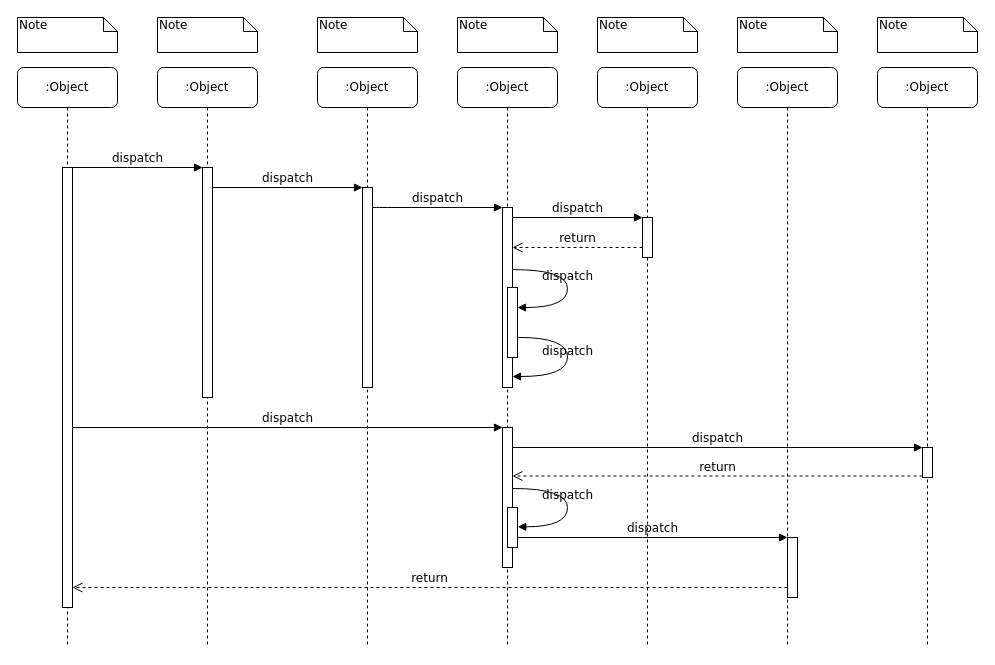
Before: number6.drawio in Deopster/Mirea, a draw.io diagram. Source tidied: cells renumbered, new cells numbered last; positions are measured from the earlier drawing's top-left corner, leaving out a move shared by most shapes. Both pictures are drawn from the tidied source at 100%, with x=0, y=0 at pixel (17, 17).
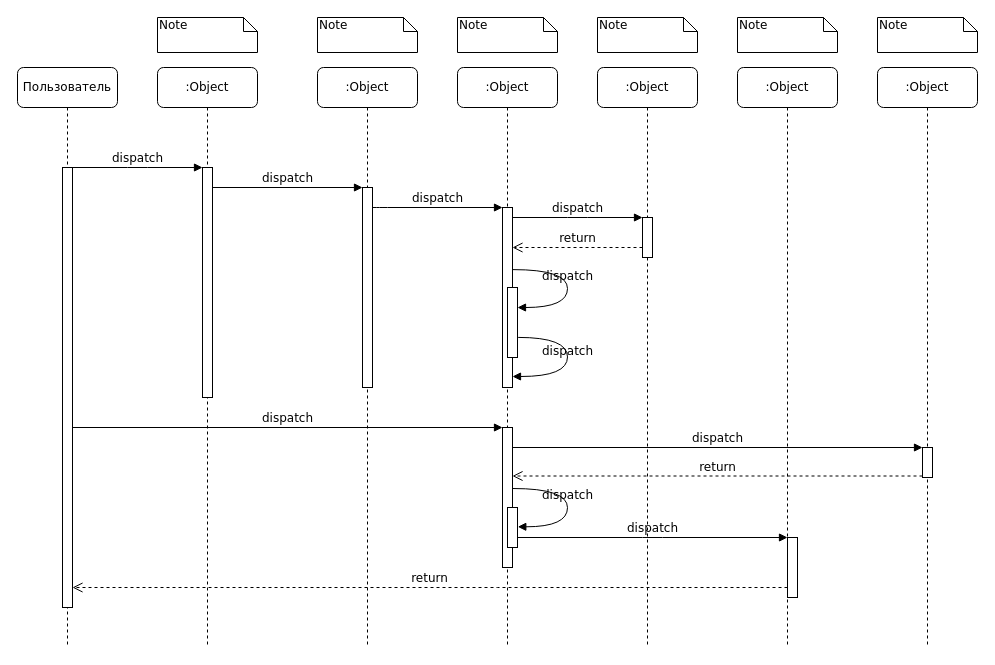
Above is the later version.

Change to the diagram source:
```diff
@@
-    <mxCell id="10" value=":Object" style="shape=umlLifeline;perimeter=lifelinePerimeter;whiteSpace=wrap;html=1;rounded=1;shadow=0;comic=0;labelBackgroundColor=none;strokeWidth=1;fontFamily=Verdana;fontSize=12;align=center;" parent="1" vertex="1">
+    <mxCell id="10" value="Пользователь" style="shape=umlLifeline;perimeter=lifelinePerimeter;whiteSpace=wrap;html=1;rounded=1;shadow=0;comic=0;labelBackgroundColor=none;strokeWidth=1;fontFamily=Verdana;fontSize=12;align=center;" parent="1" vertex="1">
       <mxGeometry y="50" width="100" height="580" as="geometry" />
     </mxCell>
@@
-    <mxCell id="32" value="Note" style="shape=note;whiteSpace=wrap;html=1;size=14;verticalAlign=top;align=left;spacingTop=-6;rounded=0;shadow=0;comic=0;labelBackgroundColor=none;strokeWidth=1;fontFamily=Verdana;fontSize=12;" parent="1" vertex="1">
-      <mxGeometry width="100" height="35" as="geometry" />
-    </mxCell>
```
